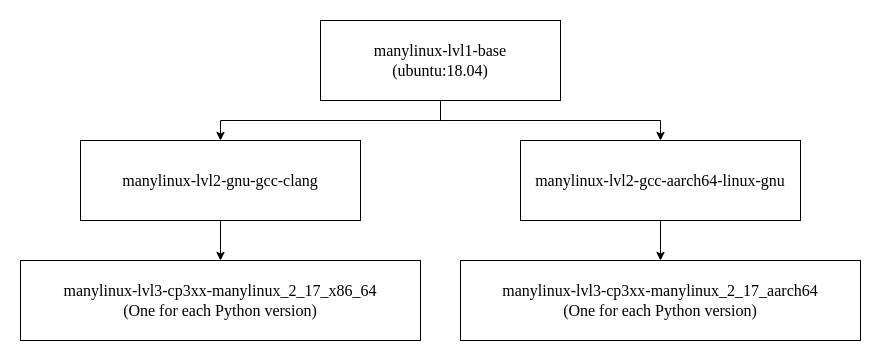
Before: images/manylinux/Docker_layer_graph_manylinux.png, a diagram exported from draw.io (andreslilloortiz/pookie). Source tidied: cells renumbered, new cells last; positions are measured from the earlier drawing's top-left corner, leaving out a move shared by most shapes.
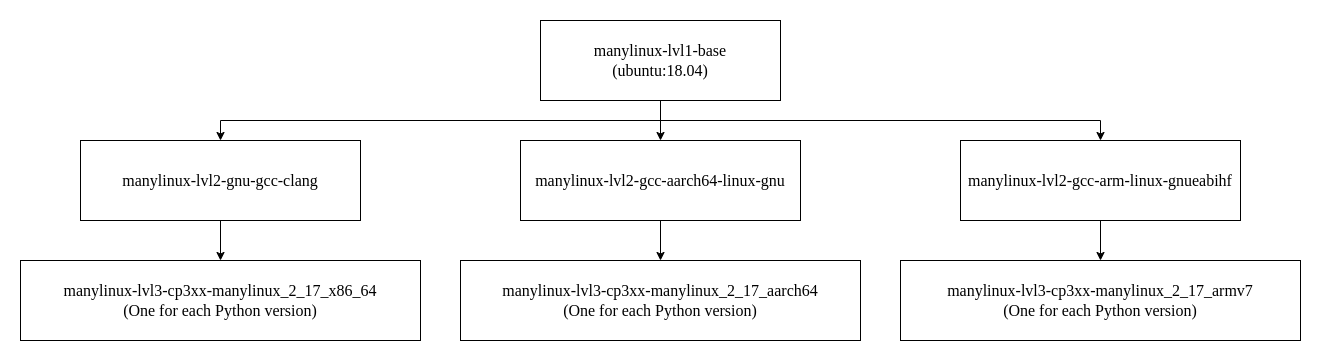
Above is the later version.

Commit message:
Images many armv7

The edit, as a diff of the source:
```diff
@@ -6,7 +6,7 @@
       <mxGeometry relative="1" as="geometry" />
     </mxCell>
     <mxCell id="3" value="&lt;font&gt;manylinux-lvl1-base&lt;/font&gt;&lt;div&gt;&lt;font&gt;(ubuntu:18.04)&lt;/font&gt;&lt;/div&gt;" style="rounded=0;whiteSpace=wrap;html=1;fontSize=16;gradientColor=none;fillColor=default;strokeColor=default;fontFamily=Times New Roman;" parent="1" vertex="1">
-      <mxGeometry x="300" width="240" height="80" as="geometry" />
+      <mxGeometry x="520" width="240" height="80" as="geometry" />
     </mxCell>
     <mxCell id="4" style="edgeStyle=orthogonalEdgeStyle;rounded=0;jettySize=auto;html=1;exitX=0.5;exitY=1;exitDx=0;exitDy=0;entryX=0.5;entryY=0;entryDx=0;entryDy=0;fontSize=16;fontColor=default;fontFamily=Times New Roman;" parent="1" edge="1" source="5" target="6">
       <mxGeometry relative="1" as="geometry" />
@@ -29,5 +29,17 @@
     <mxCell id="10" style="edgeStyle=orthogonalEdgeStyle;rounded=0;jettySize=auto;html=1;exitX=0.5;exitY=1;exitDx=0;exitDy=0;entryX=0.5;entryY=0;entryDx=0;entryDy=0;fontSize=16;fontColor=default;fontFamily=Times New Roman;" parent="1" edge="1" source="7" target="9">
       <mxGeometry relative="1" as="geometry" />
     </mxCell>
+    <mxCell id="11" value="&lt;font&gt;manylinux-lvl2-gcc-arm-linux-gnueabihf&lt;/font&gt;" style="rounded=0;whiteSpace=wrap;html=1;strokeColor=default;fontSize=16;fontColor=default;fontFamily=Times New Roman;" parent="1" vertex="1">
+      <mxGeometry x="940" y="120" width="280" height="80" as="geometry" />
+    </mxCell>
+    <mxCell id="12" style="edgeStyle=orthogonalEdgeStyle;rounded=0;jettySize=auto;html=1;exitX=0.5;exitY=1;exitDx=0;exitDy=0;entryX=0.5;entryY=0;entryDx=0;entryDy=0;fontSize=16;fontColor=default;fontFamily=Times New Roman;" parent="1" edge="1" source="3" target="11">
+      <mxGeometry relative="1" as="geometry" />
+    </mxCell>
+    <mxCell id="13" value="&lt;font&gt;manylinux-&lt;span style=&quot;&quot;&gt;lvl3&lt;/span&gt;-&lt;span style=&quot;&quot;&gt;cp3xx-manylinux_2_17&lt;/span&gt;&lt;/font&gt;_armv7&lt;div&gt;&lt;font&gt;(One for each Python version)&lt;/font&gt;&lt;/div&gt;" style="rounded=0;whiteSpace=wrap;html=1;strokeColor=default;fontSize=16;fontColor=default;fontFamily=Times New Roman;" parent="1" vertex="1">
+      <mxGeometry x="880" y="240" width="400" height="80" as="geometry" />
+    </mxCell>
+    <mxCell id="14" style="edgeStyle=orthogonalEdgeStyle;rounded=0;jettySize=auto;html=1;exitX=0.5;exitY=1;exitDx=0;exitDy=0;entryX=0.5;entryY=0;entryDx=0;entryDy=0;fontSize=16;fontColor=default;fontFamily=Times New Roman;" parent="1" edge="1" source="11" target="13">
+      <mxGeometry relative="1" as="geometry" />
+    </mxCell>
   </root>
 </mxGraphModel>
```
